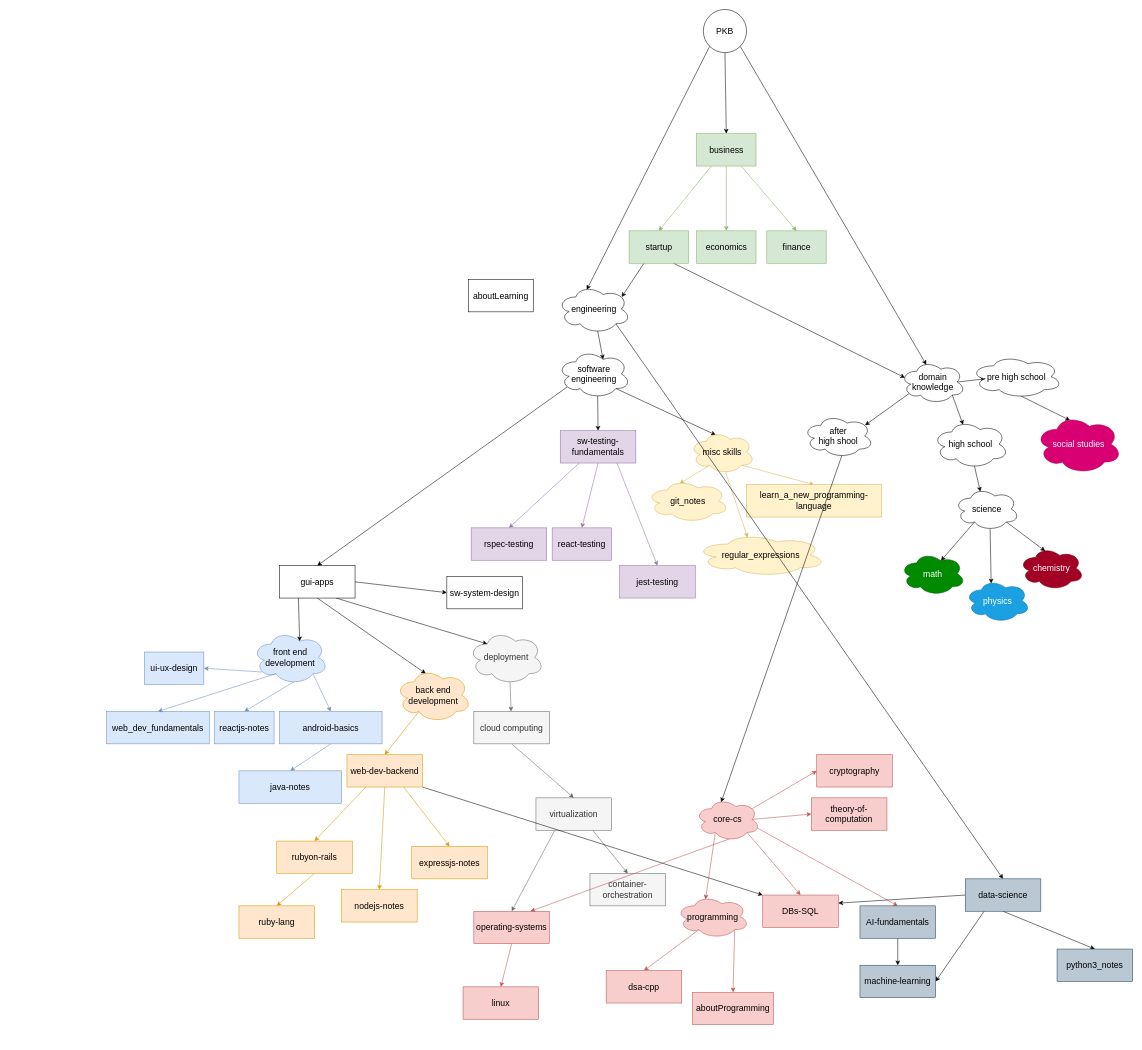
This is page "college-now" (1 of 4) of assets/personal_knowledge_base.drawio from sanjar-notes/.github, a draw.io file, before an edit. Source tidied: cells renumbered, new cells numbered last; positions are measured from the earlier drawing's top-left corner, leaving out a move shared by most shapes. Both pictures are drawn from the tidied source at 54%, with x=0, y=0 at pixel (106, 9).
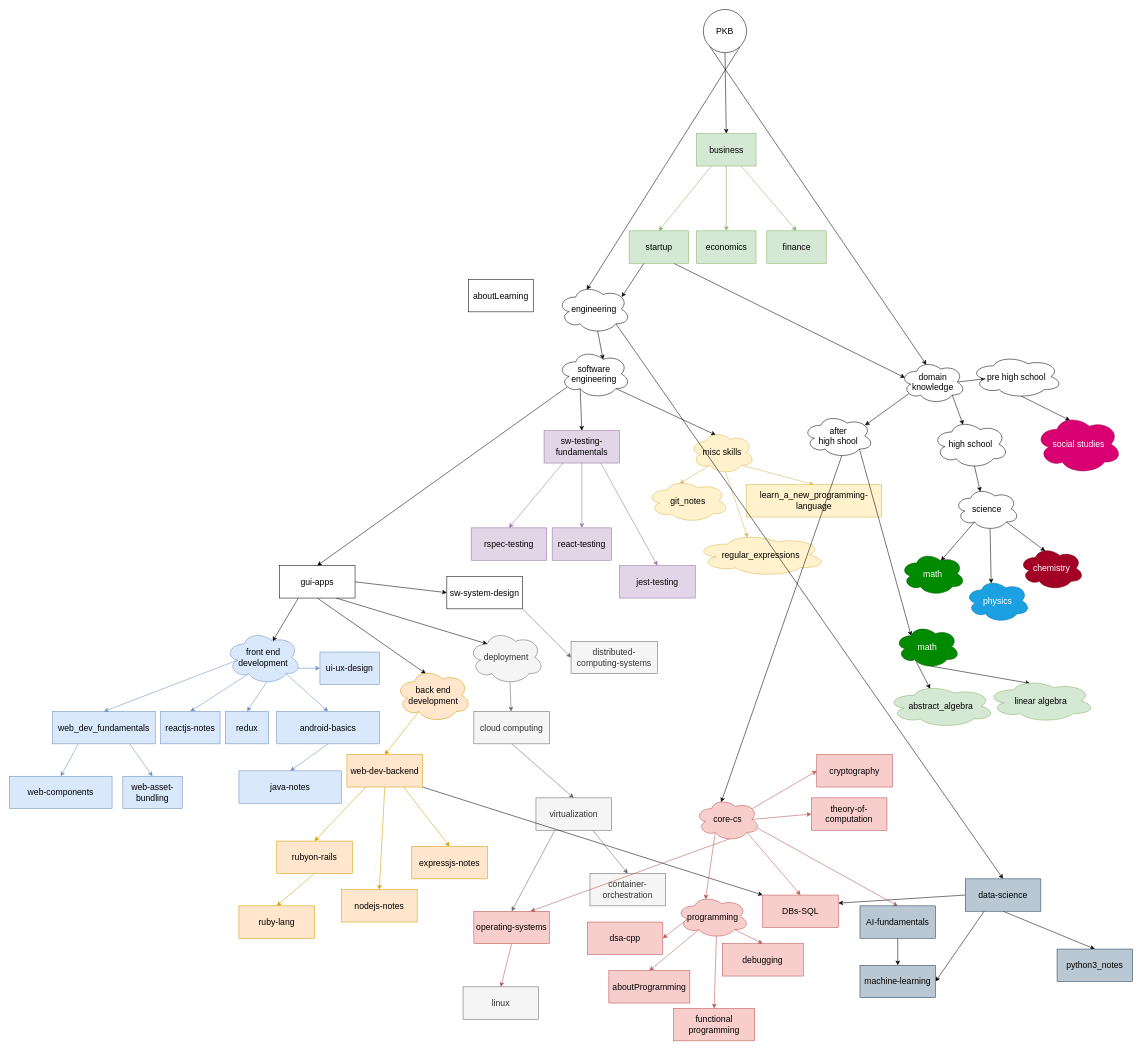
Above is the later version.

The change refers to these unchanged cells:
```xml
<mxCell id="54" value="programming" style="ellipse;shape=cloud;whiteSpace=wrap;html=1;fontSize=16;fillColor=#f8cecc;strokeColor=#b85450;fontColor=#000000;" parent="1" vertex="1">
  <mxGeometry x="1055" y="1640" width="135" height="80" as="geometry" />
</mxCell>
<mxCell id="62" value="sw-system-design" style="rounded=0;whiteSpace=wrap;html=1;fontSize=16;" parent="1" vertex="1">
  <mxGeometry x="630" y="1050" width="140" height="60" as="geometry" />
</mxCell>
<mxCell id="67" value="software engineering" style="ellipse;shape=cloud;whiteSpace=wrap;html=1;fontSize=16;" parent="1" vertex="1">
  <mxGeometry x="835" y="630" width="135" height="90" as="geometry" />
</mxCell>
<mxCell id="80" value="domain knowledge" style="ellipse;shape=cloud;whiteSpace=wrap;html=1;fontSize=16;" parent="1" vertex="1">
  <mxGeometry x="1470" y="650" width="120" height="80" as="geometry" />
</mxCell>
<mxCell id="95" value="PKB" style="ellipse;whiteSpace=wrap;html=1;fontSize=16;" parent="1" vertex="1">
  <mxGeometry x="1105" width="80" height="80" as="geometry" />
</mxCell>
<mxCell id="102" value="engineering" style="ellipse;shape=cloud;whiteSpace=wrap;html=1;fontSize=16;" parent="1" vertex="1">
  <mxGeometry x="835" y="510" width="135" height="90" as="geometry" />
</mxCell>
<mxCell id="103" value="after &lt;br&gt;high shool" style="ellipse;shape=cloud;whiteSpace=wrap;html=1;fontSize=16;" parent="1" vertex="1">
  <mxGeometry x="1290" y="750" width="130" height="80" as="geometry" />
</mxCell>
```

Change to the diagram source:
```diff
@@
-    <mxCell id="7" value="linux" style="rounded=0;whiteSpace=wrap;html=1;fontSize=16;fillColor=#f8cecc;strokeColor=#b85450;fontColor=#000000;" parent="1" vertex="1">
+    <mxCell id="7" value="linux" style="rounded=0;whiteSpace=wrap;html=1;fontSize=16;fillColor=#f5f5f5;strokeColor=#666666;fontColor=#333333;" parent="1" vertex="1">
       <mxGeometry x="660" y="1810" width="140" height="60" as="geometry" />
     </mxCell>
@@
+    <mxCell id="118" style="edgeStyle=none;rounded=0;jettySize=auto;html=1;exitX=0.25;exitY=1;exitDx=0;exitDy=0;entryX=0.5;entryY=0;entryDx=0;entryDy=0;fillColor=#dae8fc;strokeColor=#6c8ebf;" parent="1" edge="1" source="11" target="135">
+      <mxGeometry relative="1" as="geometry" />
+    </mxCell>
+    <mxCell id="119" style="edgeStyle=none;rounded=0;jettySize=auto;html=1;exitX=0.75;exitY=1;exitDx=0;exitDy=0;entryX=0.5;entryY=0;entryDx=0;entryDy=0;fillColor=#dae8fc;strokeColor=#6c8ebf;" parent="1" edge="1" source="11" target="125">
+      <mxGeometry relative="1" as="geometry" />
+    </mxCell>
     <mxCell id="11" value="web_dev_fundamentals" style="rounded=0;whiteSpace=wrap;html=1;fontSize=16;fillColor=#dae8fc;strokeColor=#6c8ebf;fontColor=#000000;" parent="1" vertex="1">
-      <mxGeometry y="1300" width="190" height="60" as="geometry" />
+      <mxGeometry x="-100" y="1300" width="190" height="60" as="geometry" />
     </mxCell>
@@
-    <mxCell id="17" style="edgeStyle=none;html=1;exitX=0.55;exitY=0.95;exitDx=0;exitDy=0;exitPerimeter=0;entryX=0.5;entryY=0;entryDx=0;entryDy=0;fillColor=#dae8fc;strokeColor=#6c8ebf;fontColor=#000000;" parent="1" edge="1" source="20" target="34">
+    <mxCell id="17" style="edgeStyle=none;html=1;exitX=0.31;exitY=0.8;exitDx=0;exitDy=0;exitPerimeter=0;entryX=0.5;entryY=0;entryDx=0;entryDy=0;fillColor=#dae8fc;strokeColor=#6c8ebf;fontColor=#000000;" parent="1" edge="1" source="20" target="34">
       <mxGeometry relative="1" as="geometry" />
     </mxCell>
@@
-    <mxCell id="19" style="edgeStyle=none;html=1;exitX=0.13;exitY=0.77;exitDx=0;exitDy=0;exitPerimeter=0;entryX=1;entryY=0.5;entryDx=0;entryDy=0;fillColor=#dae8fc;strokeColor=#6c8ebf;fontColor=#000000;" parent="1" edge="1" source="20" target="63">
+    <mxCell id="19" style="edgeStyle=none;html=1;exitX=0.96;exitY=0.7;exitDx=0;exitDy=0;exitPerimeter=0;entryX=0;entryY=0.5;entryDx=0;entryDy=0;fillColor=#dae8fc;strokeColor=#6c8ebf;fontColor=#000000;" parent="1" edge="1" source="20" target="63">
       <mxGeometry relative="1" as="geometry" />
     </mxCell>
+    <mxCell id="120" style="edgeStyle=none;rounded=0;jettySize=auto;html=1;exitX=0.55;exitY=0.95;exitDx=0;exitDy=0;exitPerimeter=0;entryX=0.5;entryY=0;entryDx=0;entryDy=0;fillColor=#dae8fc;strokeColor=#6c8ebf;" parent="1" edge="1" source="20" target="133">
+      <mxGeometry relative="1" as="geometry" />
+    </mxCell>
     <mxCell id="20" value="front end development" style="ellipse;shape=cloud;whiteSpace=wrap;html=1;fontSize=16;fillColor=#dae8fc;strokeColor=#6c8ebf;fontColor=#000000;" parent="1" vertex="1">
-      <mxGeometry x="270" y="1150" width="140" height="100" as="geometry" />
+      <mxGeometry x="220" y="1150" width="140" height="100" as="geometry" />
     </mxCell>
@@
     <mxCell id="34" value="reactjs-notes" style="rounded=0;whiteSpace=wrap;html=1;fontSize=16;fillColor=#dae8fc;strokeColor=#6c8ebf;fontColor=#000000;" parent="1" vertex="1">
-      <mxGeometry x="200" y="1300" width="110" height="60" as="geometry" />
+      <mxGeometry x="100" y="1300" width="110" height="60" as="geometry" />
     </mxCell>
@@
     <mxCell id="39" value="sw-testing-fundamentals" style="rounded=0;whiteSpace=wrap;html=1;fontSize=16;fillColor=#e1d5e7;strokeColor=#9673a6;fontColor=#000000;" parent="1" vertex="1">
-      <mxGeometry x="840" y="780" width="140" height="60" as="geometry" />
+      <mxGeometry x="810" y="780" width="140" height="60" as="geometry" />
     </mxCell>
@@
-    <mxCell id="51" style="edgeStyle=none;html=1;exitX=0.31;exitY=0.8;exitDx=0;exitDy=0;exitPerimeter=0;entryX=0.5;entryY=0;entryDx=0;entryDy=0;fontSize=16;fillColor=#dae8fc;strokeColor=#6c8ebf;fontColor=#000000;" parent="1" edge="1" source="20" target="11">
+    <mxCell id="51" style="edgeStyle=none;html=1;exitX=0.16;exitY=0.55;exitDx=0;exitDy=0;exitPerimeter=0;entryX=0.5;entryY=0;entryDx=0;entryDy=0;fontSize=16;fillColor=#dae8fc;strokeColor=#6c8ebf;fontColor=#000000;" parent="1" edge="1" source="20" target="11">
       <mxGeometry relative="1" as="geometry" />
     </mxCell>
-    <mxCell id="52" style="edgeStyle=none;html=1;exitX=0.31;exitY=0.8;exitDx=0;exitDy=0;exitPerimeter=0;entryX=0.5;entryY=0;entryDx=0;entryDy=0;fillColor=#f8cecc;strokeColor=#b85450;fontColor=#000000;" parent="1" edge="1" source="54" target="55">
+    <mxCell id="52" style="edgeStyle=none;html=1;exitX=0.16;exitY=0.55;exitDx=0;exitDy=0;exitPerimeter=0;entryX=1;entryY=0.5;entryDx=0;entryDy=0;fillColor=#f8cecc;strokeColor=#b85450;fontColor=#000000;" parent="1" edge="1" source="54" target="55">
       <mxGeometry relative="1" as="geometry" />
     </mxCell>
-    <mxCell id="53" style="edgeStyle=none;html=1;exitX=0.8;exitY=0.8;exitDx=0;exitDy=0;exitPerimeter=0;entryX=0.5;entryY=0;entryDx=0;entryDy=0;fillColor=#f8cecc;strokeColor=#b85450;fontColor=#000000;" parent="1" edge="1" source="54" target="89">
+    <mxCell id="53" style="edgeStyle=none;html=1;exitX=0.31;exitY=0.8;exitDx=0;exitDy=0;exitPerimeter=0;entryX=0.5;entryY=0;entryDx=0;entryDy=0;fillColor=#f8cecc;strokeColor=#b85450;fontColor=#000000;" parent="1" edge="1" source="54" target="89">
       <mxGeometry relative="1" as="geometry" />
     </mxCell>
+    <mxCell id="121" style="edgeStyle=none;rounded=0;jettySize=auto;html=1;exitX=0.55;exitY=0.95;exitDx=0;exitDy=0;exitPerimeter=0;entryX=0.5;entryY=0;entryDx=0;entryDy=0;fillColor=#f8cecc;strokeColor=#b85450;" parent="1" edge="1" source="54" target="131">
+      <mxGeometry relative="1" as="geometry" />
+    </mxCell>
+    <mxCell id="122" style="edgeStyle=none;rounded=0;jettySize=auto;html=1;exitX=0.8;exitY=0.8;exitDx=0;exitDy=0;exitPerimeter=0;entryX=0.5;entryY=0;entryDx=0;entryDy=0;fillColor=#f8cecc;strokeColor=#b85450;" parent="1" edge="1" source="54" target="132">
+      <mxGeometry relative="1" as="geometry" />
+    </mxCell>
@@
     <mxCell id="55" value="dsa-cpp" style="rounded=0;whiteSpace=wrap;html=1;fontSize=16;fillColor=#f8cecc;strokeColor=#b85450;fontColor=#000000;" parent="1" vertex="1">
-      <mxGeometry x="925" y="1780" width="140" height="60" as="geometry" />
+      <mxGeometry x="890" y="1690" width="140" height="60" as="geometry" />
     </mxCell>
@@
     <mxCell id="60" value="android-basics" style="rounded=0;whiteSpace=wrap;html=1;fontSize=16;fillColor=#dae8fc;strokeColor=#6c8ebf;fontColor=#000000;" parent="1" vertex="1">
-      <mxGeometry x="320" y="1300" width="190" height="60" as="geometry" />
+      <mxGeometry x="315" y="1300" width="190" height="60" as="geometry" />
     </mxCell>
@@
+    <mxCell id="123" style="edgeStyle=none;rounded=0;jettySize=auto;html=1;exitX=1;exitY=1;exitDx=0;exitDy=0;entryX=0;entryY=0.5;entryDx=0;entryDy=0;fillColor=#f5f5f5;strokeColor=#666666;" parent="1" edge="1" source="62" target="134">
+      <mxGeometry relative="1" as="geometry" />
+    </mxCell>
@@
     <mxCell id="63" value="ui-ux-design" style="rounded=0;whiteSpace=wrap;html=1;fontSize=16;fillColor=#dae8fc;strokeColor=#6c8ebf;fontColor=#000000;" parent="1" vertex="1">
-      <mxGeometry x="70" y="1190" width="110" height="60" as="geometry" />
+      <mxGeometry x="395" y="1190" width="110" height="60" as="geometry" />
     </mxCell>
-    <mxCell id="64" style="edgeStyle=none;html=1;exitX=0.55;exitY=0.95;exitDx=0;exitDy=0;exitPerimeter=0;entryX=0.5;entryY=0;entryDx=0;entryDy=0;" parent="1" edge="1" source="67" target="39">
+    <mxCell id="64" style="edgeStyle=none;html=1;exitX=0.31;exitY=0.8;exitDx=0;exitDy=0;exitPerimeter=0;entryX=0.5;entryY=0;entryDx=0;entryDy=0;" parent="1" edge="1" source="67" target="39">
       <mxGeometry relative="1" as="geometry" />
     </mxCell>
@@
     <mxCell id="89" value="aboutProgramming" style="rounded=0;whiteSpace=wrap;html=1;fillColor=#f8cecc;strokeColor=#b85450;fontSize=16;fontColor=#000000;" parent="1" vertex="1">
-      <mxGeometry x="1085" y="1820" width="150" height="60" as="geometry" />
+      <mxGeometry x="930" y="1780" width="150" height="60" as="geometry" />
     </mxCell>
@@
-    <mxCell id="91" style="edgeStyle=none;html=1;exitX=1;exitY=1;exitDx=0;exitDy=0;entryX=0.4;entryY=0.1;entryDx=0;entryDy=0;entryPerimeter=0;fontSize=16;" parent="1" edge="1" source="95" target="80">
+    <mxCell id="91" style="edgeStyle=none;html=1;exitX=0;exitY=1;exitDx=0;exitDy=0;entryX=0.4;entryY=0.1;entryDx=0;entryDy=0;entryPerimeter=0;fontSize=16;" parent="1" edge="1" source="95" target="80">
       <mxGeometry relative="1" as="geometry" />
     </mxCell>
-    <mxCell id="92" style="edgeStyle=none;html=1;exitX=0;exitY=1;exitDx=0;exitDy=0;fontSize=16;entryX=0.4;entryY=0.1;entryDx=0;entryDy=0;entryPerimeter=0;" parent="1" edge="1" source="95" target="102">
+    <mxCell id="92" style="edgeStyle=none;html=1;exitX=1;exitY=1;exitDx=0;exitDy=0;fontSize=16;entryX=0.4;entryY=0.1;entryDx=0;entryDy=0;entryPerimeter=0;" parent="1" edge="1" source="95" target="102">
       <mxGeometry relative="1" as="geometry" />
     </mxCell>
@@
+    <mxCell id="124" style="edgeStyle=none;rounded=0;jettySize=auto;html=1;exitX=0.8;exitY=0.8;exitDx=0;exitDy=0;exitPerimeter=0;entryX=0.25;entryY=0.25;entryDx=0;entryDy=0;entryPerimeter=0;" parent="1" edge="1" source="103" target="128">
+      <mxGeometry relative="1" as="geometry" />
+    </mxCell>
@@
+    <mxCell id="125" value="web-asset-bundling" style="rounded=0;whiteSpace=wrap;html=1;fontSize=16;fillColor=#dae8fc;strokeColor=#6c8ebf;fontColor=#000000;" parent="1" vertex="1">
+      <mxGeometry x="30" y="1420" width="110" height="60" as="geometry" />
+    </mxCell>
+    <mxCell id="126" style="edgeStyle=none;rounded=0;jettySize=auto;html=1;exitX=0.31;exitY=0.8;exitDx=0;exitDy=0;exitPerimeter=0;entryX=0.4;entryY=0.1;entryDx=0;entryDy=0;entryPerimeter=0;" parent="1" edge="1" source="128" target="129">
+      <mxGeometry relative="1" as="geometry" />
+    </mxCell>
+    <mxCell id="127" style="edgeStyle=none;rounded=0;jettySize=auto;html=1;exitX=0.55;exitY=0.95;exitDx=0;exitDy=0;exitPerimeter=0;entryX=0.4;entryY=0.1;entryDx=0;entryDy=0;entryPerimeter=0;" parent="1" edge="1" source="128" target="130">
+      <mxGeometry relative="1" as="geometry" />
+    </mxCell>
+    <mxCell id="128" value="math" style="ellipse;shape=cloud;whiteSpace=wrap;html=1;fontSize=16;fillColor=#008a00;fontColor=#ffffff;strokeColor=#005700;" parent="1" vertex="1">
+      <mxGeometry x="1460" y="1140" width="120" height="80" as="geometry" />
+    </mxCell>
+    <mxCell id="129" value="abstract_algebra" style="ellipse;shape=cloud;whiteSpace=wrap;html=1;fontSize=16;fillColor=#d5e8d4;strokeColor=#82b366;" parent="1" vertex="1">
+      <mxGeometry x="1445" y="1250" width="200" height="80" as="geometry" />
+    </mxCell>
+    <mxCell id="130" value="linear algebra" style="ellipse;shape=cloud;whiteSpace=wrap;html=1;fontSize=16;fillColor=#d5e8d4;strokeColor=#82b366;" parent="1" vertex="1">
+      <mxGeometry x="1630" y="1240" width="200" height="80" as="geometry" />
+    </mxCell>
+    <mxCell id="131" value="functional programming" style="rounded=0;whiteSpace=wrap;html=1;fillColor=#f8cecc;strokeColor=#b85450;fontSize=16;fontColor=#000000;" parent="1" vertex="1">
+      <mxGeometry x="1050" y="1850" width="150" height="60" as="geometry" />
+    </mxCell>
+    <mxCell id="132" value="debugging" style="rounded=0;whiteSpace=wrap;html=1;fillColor=#f8cecc;strokeColor=#b85450;fontSize=16;fontColor=#000000;" parent="1" vertex="1">
+      <mxGeometry x="1140" y="1730" width="150" height="60" as="geometry" />
+    </mxCell>
+    <mxCell id="133" value="redux" style="rounded=0;whiteSpace=wrap;html=1;fontSize=16;fillColor=#dae8fc;strokeColor=#6c8ebf;fontColor=#000000;" parent="1" vertex="1">
+      <mxGeometry x="220" y="1300" width="80" height="60" as="geometry" />
+    </mxCell>
+    <mxCell id="134" value="distributed-computing-systems" style="rounded=0;whiteSpace=wrap;html=1;fontSize=16;fillColor=#f5f5f5;fontColor=#333333;strokeColor=#666666;" parent="1" vertex="1">
+      <mxGeometry x="860" y="1170" width="160" height="60" as="geometry" />
+    </mxCell>
+    <mxCell id="135" value="web-components" style="rounded=0;whiteSpace=wrap;html=1;fontSize=16;fillColor=#dae8fc;strokeColor=#6c8ebf;fontColor=#000000;" parent="1" vertex="1">
+      <mxGeometry x="-180" y="1420" width="190" height="60" as="geometry" />
+    </mxCell>
```
